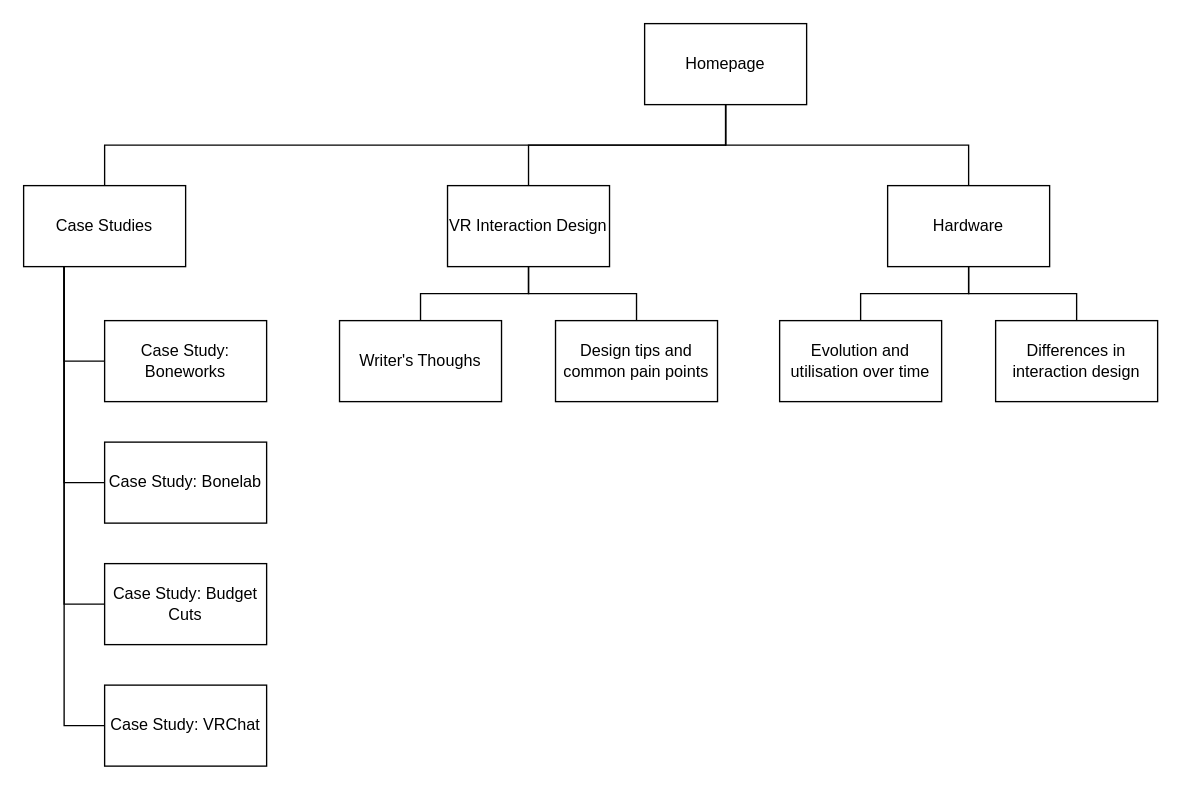
Earlier version of the draw.io diagram Sitemap.drawio (AyOhEe/CSCU9X5-Assignment). Source tidied: cells renumbered, new cells numbered last; positions are measured from the earlier drawing's top-left corner, leaving out a move shared by most shapes. Both pictures are drawn from the tidied source at 135%, with x=0, y=0 at pixel (23, 23).
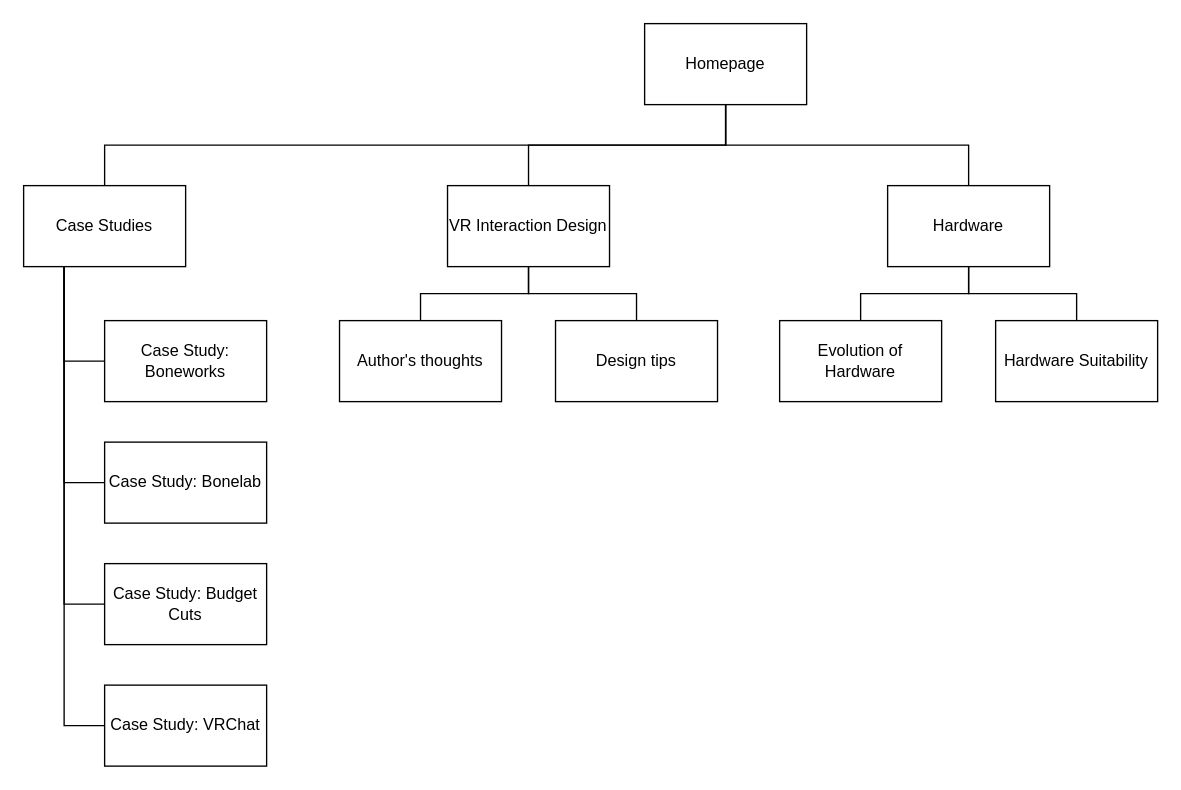
The same diagram, later.

The edit, as a diff of the source:
```diff
@@
-    <mxCell id="17" value="Differences in interaction design" style="rounded=0;whiteSpace=wrap;html=1;labelBackgroundColor=none;" parent="1" vertex="1">
+    <mxCell id="17" value="Hardware Suitability" style="rounded=0;whiteSpace=wrap;html=1;labelBackgroundColor=none;" parent="1" vertex="1">
       <mxGeometry x="720" y="220" width="120" height="60" as="geometry" />
     </mxCell>
-    <mxCell id="18" value="Evolution and utilisation over time" style="rounded=0;whiteSpace=wrap;html=1;labelBackgroundColor=none;" parent="1" vertex="1">
+    <mxCell id="18" value="Evolution of Hardware" style="rounded=0;whiteSpace=wrap;html=1;labelBackgroundColor=none;" parent="1" vertex="1">
       <mxGeometry x="560" y="220" width="120" height="60" as="geometry" />
     </mxCell>
-    <mxCell id="19" value="Design tips and common pain points" style="rounded=0;whiteSpace=wrap;html=1;labelBackgroundColor=none;" parent="1" vertex="1">
+    <mxCell id="19" value="Design tips" style="rounded=0;whiteSpace=wrap;html=1;labelBackgroundColor=none;" parent="1" vertex="1">
       <mxGeometry x="394" y="220" width="120" height="60" as="geometry" />
     </mxCell>
-    <mxCell id="20" value="Writer's Thoughs" style="rounded=0;whiteSpace=wrap;html=1;labelBackgroundColor=none;" parent="1" vertex="1">
+    <mxCell id="20" value="Author's thoughts" style="rounded=0;whiteSpace=wrap;html=1;labelBackgroundColor=none;" parent="1" vertex="1">
       <mxGeometry x="234" y="220" width="120" height="60" as="geometry" />
     </mxCell>
```
